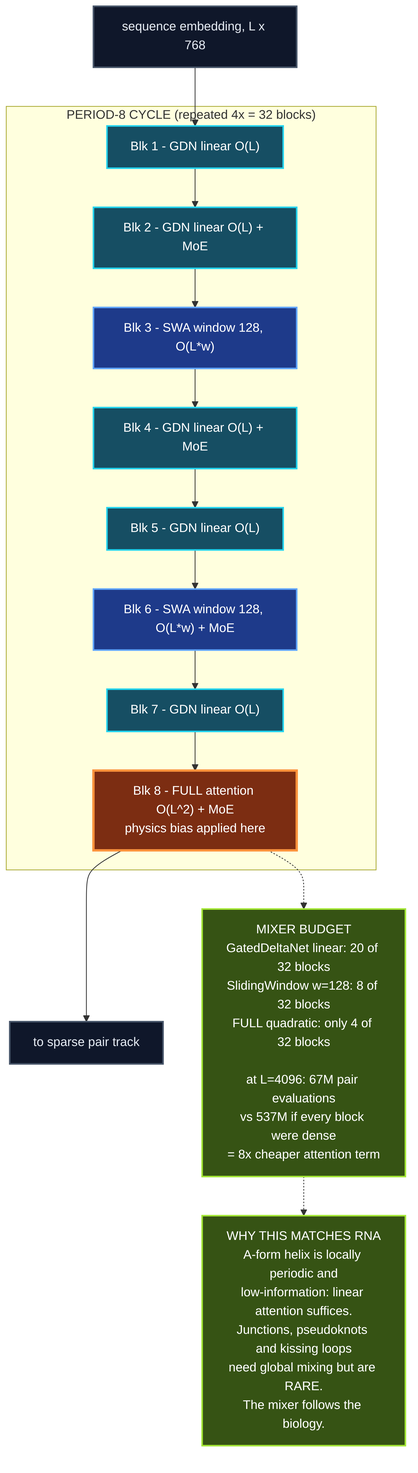
Earlier version of the Mermaid export research/architecture/diagrams/rendered/02-token-trunk.png (E-Motioner-X-SBS/sbs-rna). Its source is kept beside it as research/architecture/diagrams/02-token-trunk.mmd.
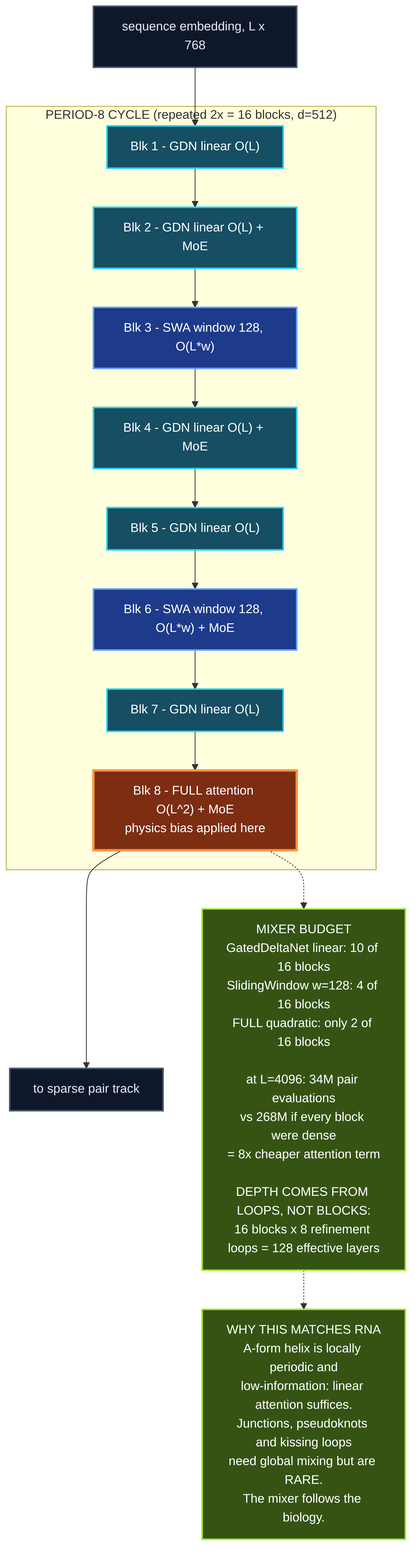
Above is the later version.

The edit, as a diff of the source:
```diff
@@ -1,7 +1,7 @@
 graph TB
     IN["sequence embedding, L x 768"]
 
-    subgraph C1["PERIOD-8 CYCLE (repeated 4x = 32 blocks)"]
+    subgraph C1["PERIOD-8 CYCLE (repeated 2x = 16 blocks, d=512)"]
         direction TB
         R1["Blk 1 - GDN linear O(L)"]
         R2["Blk 2 - GDN linear O(L) + MoE"]
@@ -17,7 +17,7 @@
     IN --> R1
     R8 --> OUT["to sparse pair track"]
 
-    COST["MIXER BUDGET<br/>GatedDeltaNet linear: 20 of 32 blocks<br/>SlidingWindow w=128: 8 of 32 blocks<br/>FULL quadratic: only 4 of 32 blocks<br/><br/>at L=4096: 67M pair evaluations<br/>vs 537M if every block were dense<br/>= 8x cheaper attention term"]
+    COST["MIXER BUDGET<br/>GatedDeltaNet linear: 10 of 16 blocks<br/>SlidingWindow w=128: 4 of 16 blocks<br/>FULL quadratic: only 2 of 16 blocks<br/><br/>at L=4096: 34M pair evaluations<br/>vs 268M if every block were dense<br/>= 8x cheaper attention term<br/><br/>DEPTH COMES FROM LOOPS, NOT BLOCKS:<br/>16 blocks x 8 refinement loops = 128 effective layers"]
 
     BIO["WHY THIS MATCHES RNA<br/>A-form helix is locally periodic and<br/>low-information: linear attention suffices.<br/>Junctions, pseudoknots and kissing loops<br/>need global mixing but are RARE.<br/>The mixer follows the biology."]
 
```
